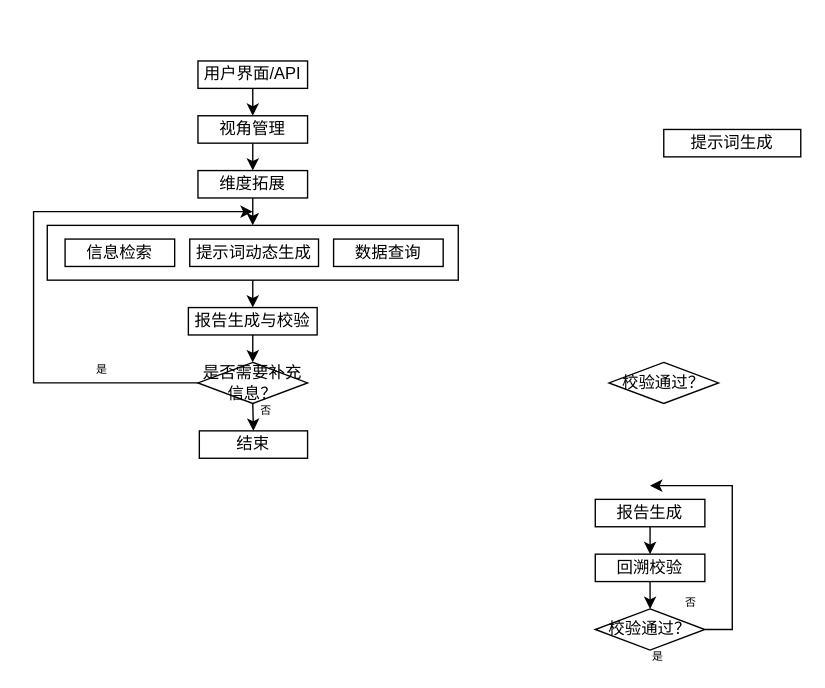
This is patent-视角约束.drawio from CindyZX/drawio_figures, a draw.io file, before an edit. Source tidied: cells renumbered, new cells numbered last; positions are measured from the earlier drawing's top-left corner, leaving out a move shared by most shapes. Both pictures are drawn from the tidied source at 137%, with x=0, y=0 at pixel (33, 60).
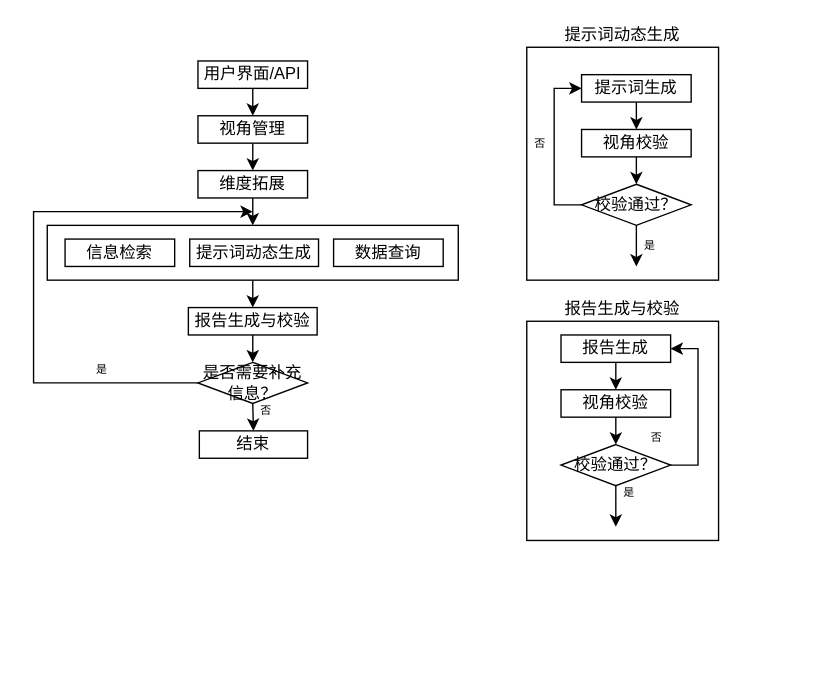
The same diagram, later.

Commit message:
更新patent-视角约束.drawio

Diff of the diagram source:
```diff
@@
+    <mxCell id="31" value="报告生成与校验" style="rounded=0;whiteSpace=wrap;html=1;labelPosition=center;verticalLabelPosition=top;align=center;verticalAlign=bottom;" parent="1" vertex="1">
+      <mxGeometry x="360" y="190" width="140" height="160" as="geometry" />
+    </mxCell>
+    <mxCell id="32" value="提示词动态生成" style="rounded=0;whiteSpace=wrap;html=1;labelPosition=center;verticalLabelPosition=top;align=center;verticalAlign=bottom;" parent="1" vertex="1">
+      <mxGeometry x="360" y="-10" width="140" height="170" as="geometry" />
+    </mxCell>
@@
     <mxCell id="14" value="报告生成" style="rounded=0;whiteSpace=wrap;html=1;" parent="1" vertex="1">
-      <mxGeometry x="410" y="320" width="80" height="20" as="geometry" />
+      <mxGeometry x="385" y="200" width="80" height="20" as="geometry" />
     </mxCell>
@@
-    <mxCell id="16" value="回溯校验" style="rounded=0;whiteSpace=wrap;html=1;" parent="1" vertex="1">
-      <mxGeometry x="410" y="360" width="80" height="20" as="geometry" />
+    <mxCell id="16" value="视角校验" style="rounded=0;whiteSpace=wrap;html=1;" parent="1" vertex="1">
+      <mxGeometry x="385" y="240" width="80" height="20" as="geometry" />
     </mxCell>
+    <mxCell id="33" style="edgeStyle=orthogonalEdgeStyle;rounded=0;jettySize=auto;html=1;exitX=0;exitY=0;exitDx=0;exitDy=0;" parent="1" edge="1" source="17">
+      <mxGeometry relative="1" as="geometry">
+        <mxPoint x="425" y="340" as="targetPoint" />
+      </mxGeometry>
+    </mxCell>
     <mxCell id="17" value="是" style="text;html=1;whiteSpace=wrap;strokeColor=none;fillColor=none;align=center;verticalAlign=middle;rounded=0;fontSize=8;" parent="1" vertex="1">
-      <mxGeometry x="446" y="430" width="20" height="10" as="geometry" />
+      <mxGeometry x="425" y="310" width="20" height="10" as="geometry" />
     </mxCell>
     <mxCell id="18" value="否" style="text;html=1;whiteSpace=wrap;strokeColor=none;fillColor=none;align=center;verticalAlign=middle;rounded=0;fontSize=8;" parent="1" vertex="1">
-      <mxGeometry x="470" y="390" width="20" height="10" as="geometry" />
+      <mxGeometry x="445" y="270" width="20" height="10" as="geometry" />
     </mxCell>
-    <mxCell id="19" style="edgeStyle=orthogonalEdgeStyle;rounded=0;jettySize=auto;html=1;exitX=1;exitY=0.5;exitDx=0;exitDy=0;" parent="1" edge="1" source="20">
-      <mxGeometry relative="1" as="geometry">
-        <mxPoint x="450" y="310" as="targetPoint" />
-        <Array as="points">
-          <mxPoint x="510" y="415" />
-          <mxPoint x="510" y="310" />
-        </Array>
-      </mxGeometry>
-    </mxCell>
+    <mxCell id="34" style="edgeStyle=orthogonalEdgeStyle;rounded=0;jettySize=auto;html=1;exitX=1;exitY=0.5;exitDx=0;exitDy=0;entryX=1;entryY=0.5;entryDx=0;entryDy=0;" parent="1" edge="1" source="20" target="14">
+      <mxGeometry relative="1" as="geometry" />
+    </mxCell>
     <mxCell id="20" value="校验通过？" style="rhombus;whiteSpace=wrap;html=1;" parent="1" vertex="1">
-      <mxGeometry x="410" y="400" width="80" height="30" as="geometry" />
+      <mxGeometry x="385" y="280" width="80" height="30" as="geometry" />
     </mxCell>
+    <mxCell id="35" style="edgeStyle=orthogonalEdgeStyle;rounded=0;jettySize=auto;html=1;exitX=0.5;exitY=1;exitDx=0;exitDy=0;entryX=0.5;entryY=0;entryDx=0;entryDy=0;" parent="1" edge="1" source="21" target="39">
+      <mxGeometry relative="1" as="geometry" />
+    </mxCell>
     <mxCell id="21" value="提示词生成" style="rounded=0;whiteSpace=wrap;html=1;" parent="1" vertex="1">
-      <mxGeometry x="460" y="50" width="100" height="20" as="geometry" />
+      <mxGeometry x="400" y="10" width="80" height="20" as="geometry" />
     </mxCell>
+    <mxCell id="36" style="edgeStyle=orthogonalEdgeStyle;rounded=0;jettySize=auto;html=1;exitX=0;exitY=0.5;exitDx=0;exitDy=0;entryX=0;entryY=0.5;entryDx=0;entryDy=0;" parent="1" edge="1" source="22" target="21">
+      <mxGeometry relative="1" as="geometry" />
+    </mxCell>
+    <mxCell id="37" style="edgeStyle=orthogonalEdgeStyle;rounded=0;jettySize=auto;html=1;exitX=0.5;exitY=1;exitDx=0;exitDy=0;" parent="1" edge="1" source="22">
+      <mxGeometry relative="1" as="geometry">
+        <mxPoint x="440" y="150" as="targetPoint" />
+      </mxGeometry>
+    </mxCell>
     <mxCell id="22" value="校验通过？" style="rhombus;whiteSpace=wrap;html=1;" parent="1" vertex="1">
-      <mxGeometry x="420" y="220" width="80" height="30" as="geometry" />
+      <mxGeometry x="400" y="90" width="80" height="30" as="geometry" />
     </mxCell>
@@
+    <mxCell id="38" style="edgeStyle=orthogonalEdgeStyle;rounded=0;jettySize=auto;html=1;exitX=0.5;exitY=1;exitDx=0;exitDy=0;entryX=0.5;entryY=0;entryDx=0;entryDy=0;" parent="1" edge="1" source="39" target="22">
+      <mxGeometry relative="1" as="geometry" />
+    </mxCell>
+    <mxCell id="39" value="视角校验" style="rounded=0;whiteSpace=wrap;html=1;" parent="1" vertex="1">
+      <mxGeometry x="400" y="50" width="80" height="20" as="geometry" />
+    </mxCell>
+    <mxCell id="40" value="是" style="text;html=1;whiteSpace=wrap;strokeColor=none;fillColor=none;align=center;verticalAlign=middle;rounded=0;fontSize=8;" parent="1" vertex="1">
+      <mxGeometry x="440" y="130" width="20" height="10" as="geometry" />
+    </mxCell>
+    <mxCell id="41" value="否" style="text;html=1;whiteSpace=wrap;strokeColor=none;fillColor=none;align=center;verticalAlign=middle;rounded=0;fontSize=8;" parent="1" vertex="1">
+      <mxGeometry x="360" y="55" width="20" height="10" as="geometry" />
+    </mxCell>
```
